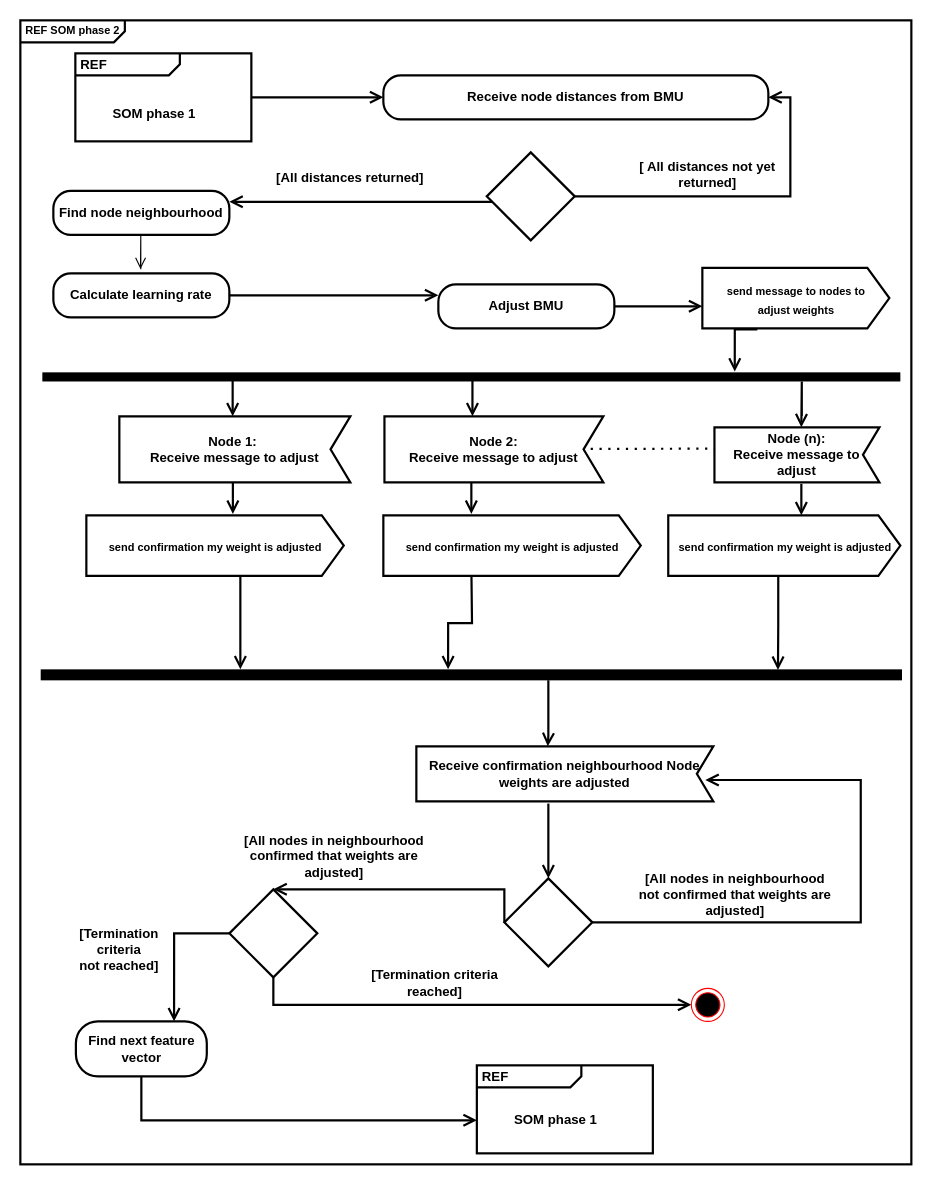
Before: ActivityDiagram2.drawio in vanelopethecoder/som-basic, a draw.io diagram. Source tidied: cells renumbered, new cells numbered last; positions are measured from the earlier drawing's top-left corner, leaving out a move shared by most shapes. Both pictures are drawn from the tidied source at 110%, with x=0, y=0 at pixel (20, 20).
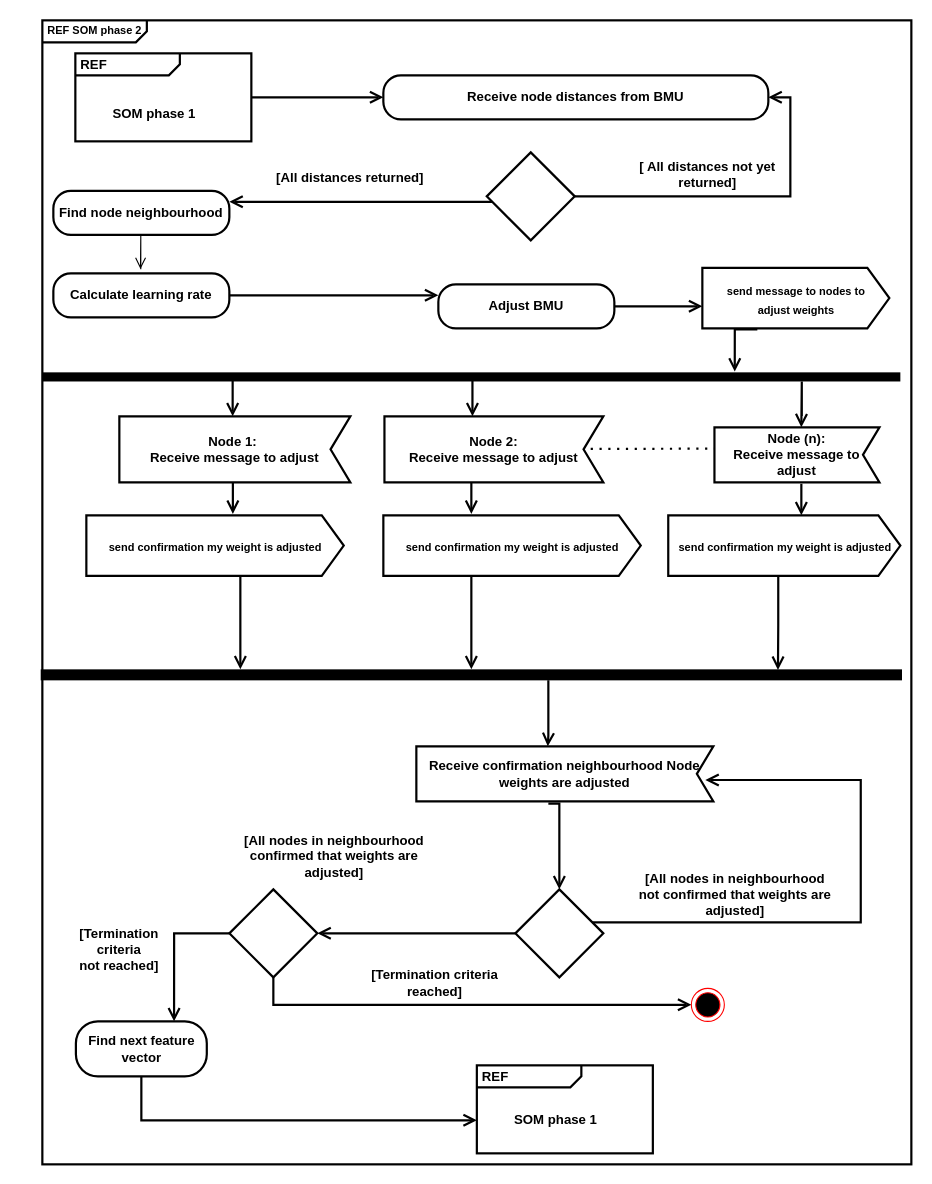
The same diagram, later.

Unchanged cells that the change refers to:
```xml
<mxCell id="31" style="html=1;points=[];perimeter=orthogonalPerimeter;fillColor=#000000;strokeColor=none;direction=north;" parent="1" vertex="1">
  <mxGeometry x="18.5" y="590" width="783" height="10" as="geometry" />
</mxCell>
<mxCell id="37" style="rhombus;whiteSpace=wrap;html=1;strokeWidth=2;" parent="1" vertex="1">
  <mxGeometry x="190" y="790" width="80" height="80" as="geometry" />
</mxCell>
```

Change to the diagram source:
```diff
@@
     <mxCell id="2" value="&lt;p style=&quot;margin: 0px ; margin-top: 4px ; margin-left: 5px ; text-align: left&quot;&gt;&lt;b&gt;REF SOM phase 2&lt;/b&gt;&lt;/p&gt;" style="html=1;shape=mxgraph.sysml.package;overflow=fill;labelX=95;align=left;spacingLeft=5;verticalAlign=top;spacingTop=-3;fontSize=10;strokeWidth=2;" parent="1" vertex="1">
-      <mxGeometry width="810" height="1040" as="geometry" />
+      <mxGeometry x="20" width="790" height="1040" as="geometry" />
     </mxCell>
@@
     <mxCell id="34" style="rhombus;whiteSpace=wrap;html=1;strokeWidth=2;" parent="1" vertex="1">
-      <mxGeometry x="440" y="780" width="80" height="80" as="geometry" />
+      <mxGeometry x="450" y="790" width="80" height="80" as="geometry" />
     </mxCell>
@@
-    <mxCell id="36" style="edgeStyle=orthogonalEdgeStyle;html=1;verticalAlign=bottom;endArrow=open;endSize=8;strokeColor=#000000;rounded=0;startArrow=none;exitX=0;exitY=0.5;exitDx=0;exitDy=0;strokeWidth=2;entryX=0.5;entryY=0;entryDx=0;entryDy=0;" parent="1" edge="1" source="34" target="37">
+    <mxCell id="36" style="edgeStyle=orthogonalEdgeStyle;html=1;verticalAlign=bottom;endArrow=open;endSize=8;strokeColor=#000000;rounded=0;startArrow=none;exitX=0;exitY=0.5;exitDx=0;exitDy=0;strokeWidth=2;entryX=1;entryY=0.5;entryDx=0;entryDy=0;" parent="1" edge="1" source="34" target="37">
       <mxGeometry relative="1" as="geometry">
         <Array as="points">
-          <mxPoint x="440" y="790" />
+          <mxPoint x="440" y="830" />
         </Array>
       </mxGeometry>
     </mxCell>
@@
-    <mxCell id="54" style="edgeStyle=orthogonalEdgeStyle;html=1;verticalAlign=bottom;endArrow=open;endSize=8;strokeColor=#000000;rounded=0;entryX=1;entryY=0.473;entryDx=0;entryDy=0;entryPerimeter=0;strokeWidth=2;" parent="1" edge="1" target="31">
+    <mxCell id="54" style="edgeStyle=orthogonalEdgeStyle;html=1;verticalAlign=bottom;endArrow=open;endSize=8;strokeColor=#000000;rounded=0;strokeWidth=2;" parent="1" edge="1">
       <mxGeometry relative="1" as="geometry">
         <mxPoint x="410.1" y="505" as="sourcePoint" />
+        <mxPoint x="410" y="590" as="targetPoint" />
+        <Array as="points">
+          <mxPoint x="410" y="590" />
+        </Array>
       </mxGeometry>
     </mxCell>
```
